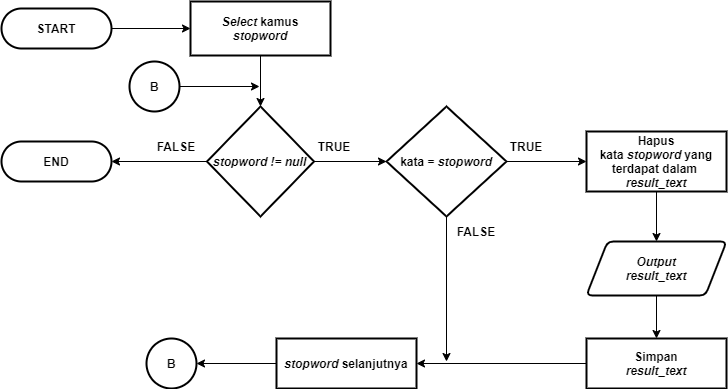
This is Dokumen TA/Paper/Flowchart/P7. Flowchart proses stopword.png from muspriandi/TextMining-SentimentAnalysis, a draw.io export, as it was before one commit. Source tidied: cells renumbered, new cells last; positions are measured from the earlier drawing's top-left corner, leaving out a move shared by most shapes.
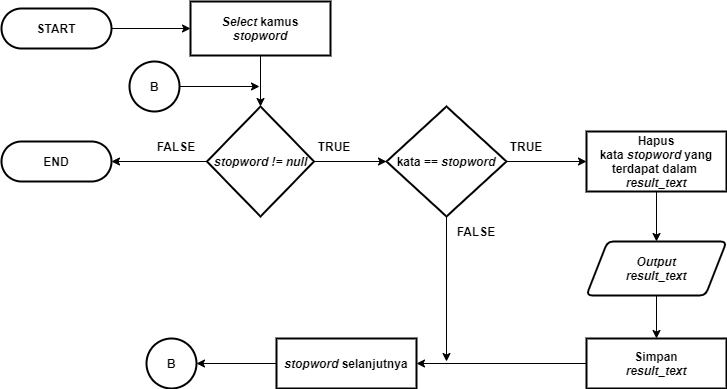
After the commit.

Diff of the diagram source:
```diff
@@ -45,7 +45,7 @@
     <mxCell id="12" style="edgeStyle=orthogonalEdgeStyle;rounded=0;jettySize=auto;html=1;entryX=0;entryY=0.5;entryDx=0;entryDy=0;" parent="1" edge="1" source="13" target="19">
       <mxGeometry relative="1" as="geometry" />
     </mxCell>
-    <mxCell id="13" value="&lt;b style=&quot;font-family: &amp;#34;helvetica&amp;#34;&quot;&gt;kata =&amp;nbsp;&lt;/b&gt;&lt;b style=&quot;font-family: &amp;#34;helvetica&amp;#34;&quot;&gt;&lt;i&gt;stopword&lt;/i&gt;&lt;/b&gt;" style="strokeWidth=2;html=1;shape=mxgraph.flowchart.decision;whiteSpace=wrap;rounded=1;align=center;fontStyle=1;" parent="1" vertex="1">
+    <mxCell id="13" value="&lt;b style=&quot;font-family: &amp;#34;helvetica&amp;#34;&quot;&gt;kata ==&amp;nbsp;&lt;/b&gt;&lt;b style=&quot;font-family: &amp;#34;helvetica&amp;#34;&quot;&gt;&lt;i&gt;stopword&lt;/i&gt;&lt;/b&gt;" style="strokeWidth=2;html=1;shape=mxgraph.flowchart.decision;whiteSpace=wrap;rounded=1;align=center;fontStyle=1;" parent="1" vertex="1">
       <mxGeometry x="385" y="105" width="120" height="110" as="geometry" />
     </mxCell>
     <mxCell id="14" value="TRUE" style="text;html=1;strokeColor=none;fillColor=none;align=center;verticalAlign=middle;whiteSpace=wrap;rounded=0;fontStyle=1;" parent="1" vertex="1">
```
